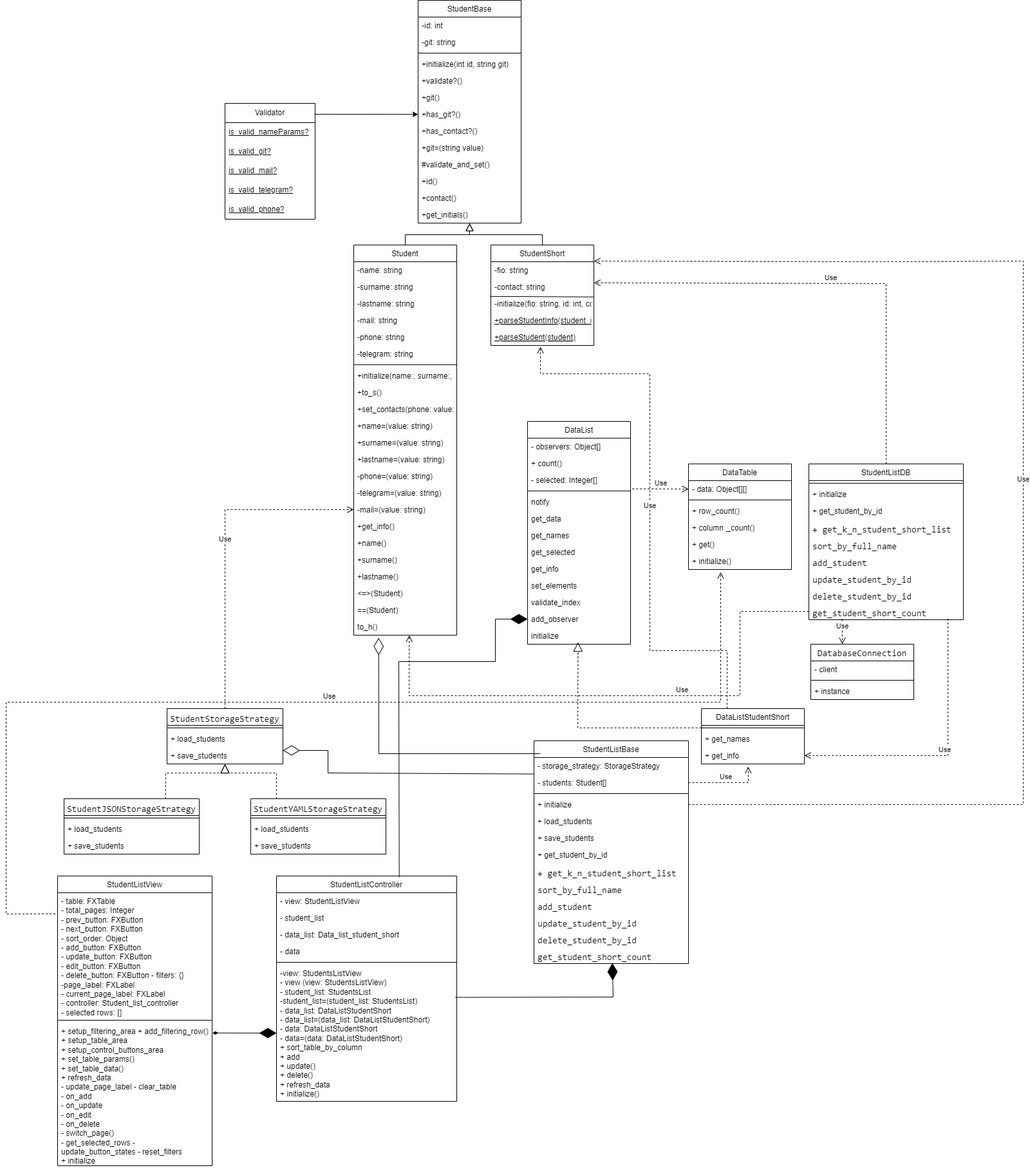
Before: classDiagrammMVC.drawio.png, a diagram exported from draw.io (MxVndI/Design-Patterns). Source tidied: cells renumbered, new cells last; positions are measured from the earlier drawing's top-left corner, leaving out a move shared by most shapes.
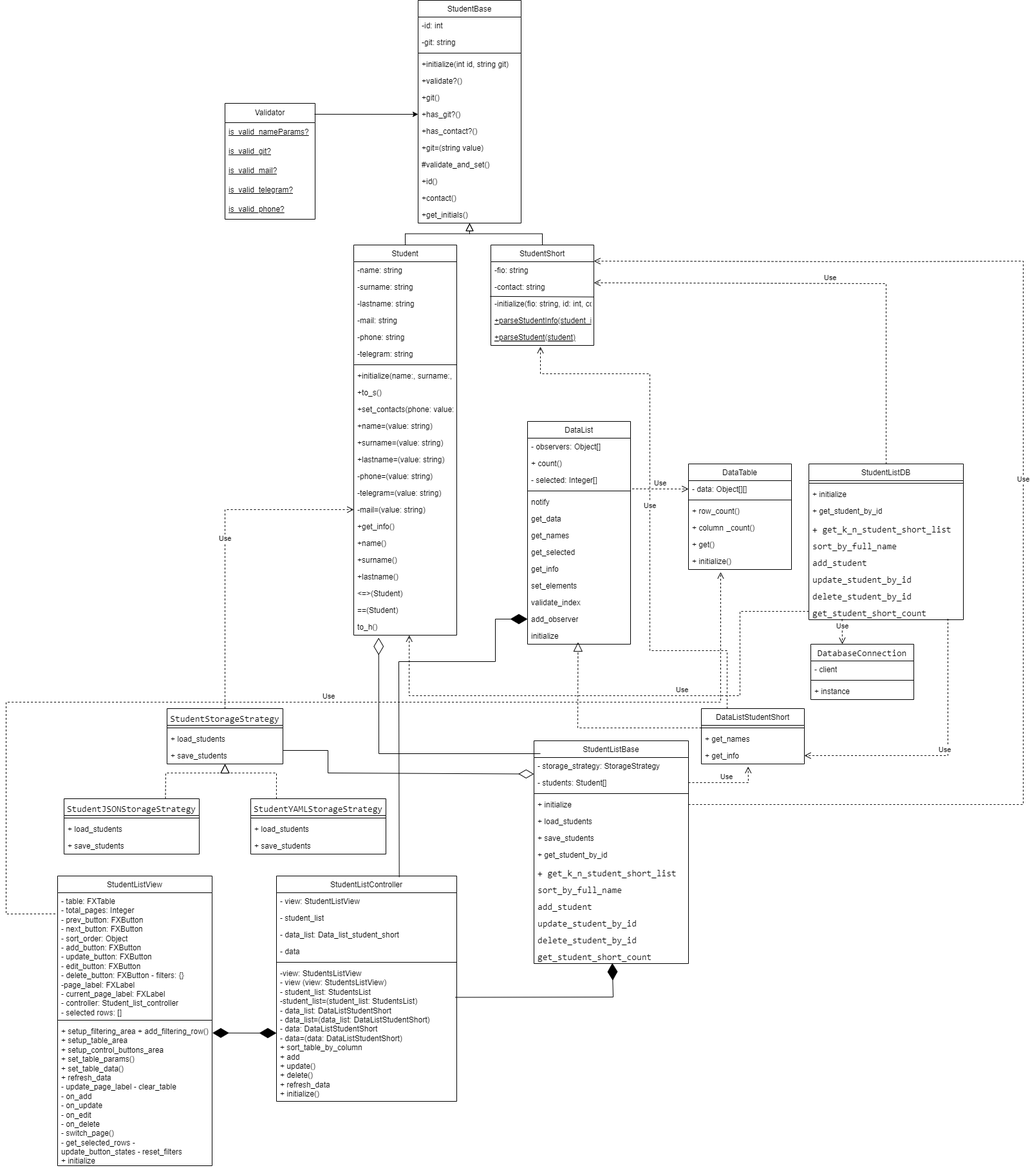
Above is the later version.

Commit message:
update diagramm lab5 task 1

Diff of the diagram source:
```diff
@@ -476,7 +476,7 @@
         </Array>
       </mxGeometry>
     </mxCell>
-    <mxCell id="143" style="endArrow=diamondThin;endFill=0;endSize=24;html=1;rounded=0;exitX=-0.001;exitY=0.984;exitDx=0;exitDy=0;entryX=0.999;entryY=0.192;entryDx=0;entryDy=0;entryPerimeter=0;exitPerimeter=0;" parent="1" edge="1" source="82" target="98">
+    <mxCell id="143" style="endArrow=none;endFill=0;endSize=24;html=1;rounded=0;exitX=-0.001;exitY=0.984;exitDx=0;exitDy=0;entryX=0.999;entryY=0.192;entryDx=0;entryDy=0;entryPerimeter=0;exitPerimeter=0;startArrow=diamondThin;startFill=0;startSize=21;" parent="1" edge="1" source="82" target="98">
       <mxGeometry relative="1" as="geometry">
         <Array as="points">
           <mxPoint x="500" y="1200" />
@@ -517,7 +517,7 @@
         </Array>
       </mxGeometry>
     </mxCell>
-    <mxCell id="148" style="endArrow=diamondThin;endFill=1;endSize=24;html=1;rounded=0;entryX=0;entryY=0.5;entryDx=0;entryDy=0;exitX=1.002;exitY=0.071;exitDx=0;exitDy=0;exitPerimeter=0;startArrow=diamondThin;startFill=1;" parent="1" edge="1" source="117" target="113">
+    <mxCell id="148" style="endArrow=diamondThin;endFill=1;endSize=24;html=1;rounded=0;entryX=0;entryY=0.5;entryDx=0;entryDy=0;exitX=1.002;exitY=0.071;exitDx=0;exitDy=0;exitPerimeter=0;startArrow=diamondThin;startFill=1;startSize=23;" parent="1" edge="1" source="117" target="113">
       <mxGeometry relative="1" as="geometry" />
     </mxCell>
     <mxCell id="149" value="Use" style="html=1;verticalAlign=bottom;endArrow=open;dashed=1;endSize=8;curved=0;rounded=0;exitX=-0.015;exitY=0.169;exitDx=0;exitDy=0;exitPerimeter=0;" parent="1" edge="1" source="115">
```
